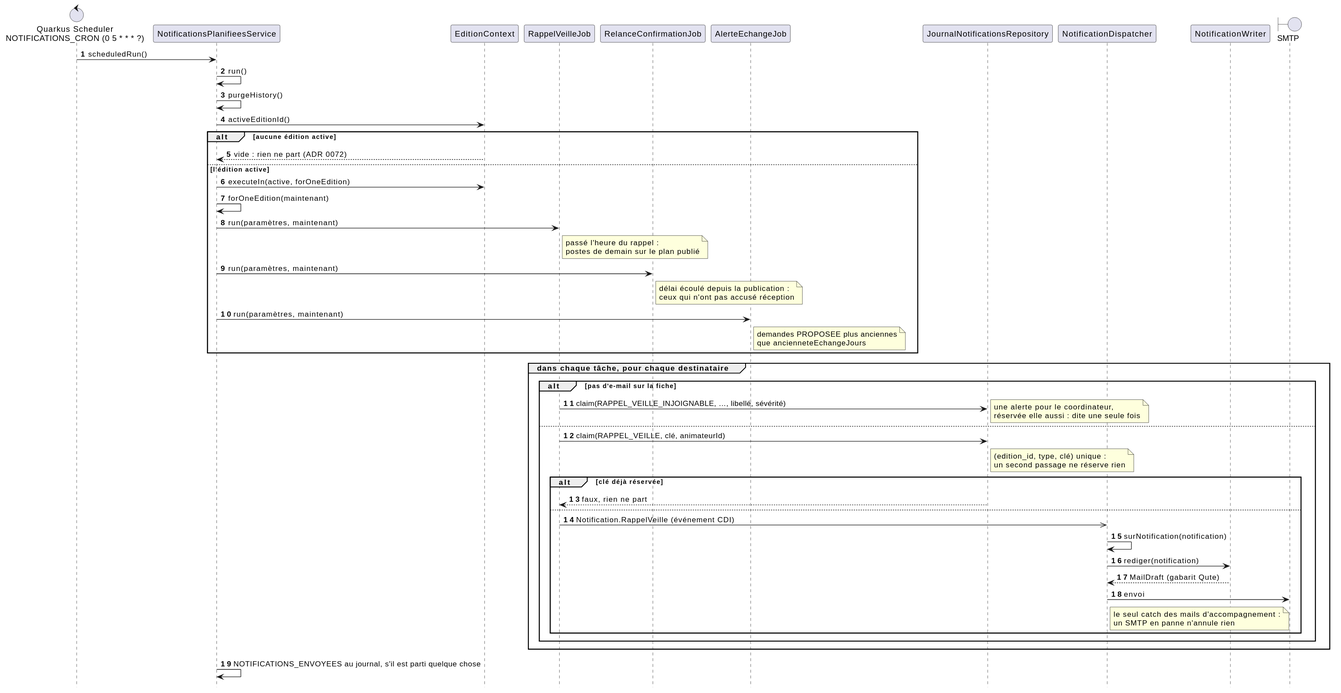
This is docs/diagrammes/notifications-planifiees.svg from sylvainmetayer/planning-equipes, a PlantUML export, as it was before one commit. Its diagram source:
```plantuml
@startuml
skinparam backgroundColor #FFFFFF
skinparam responseMessageBelowArrow true
hide footbox
autonumber

control "Quarkus Scheduler\nNOTIFICATIONS_CRON (0 5 * * * ?)" as cron
participant NotificationsPlanifieesService as service
participant EditionContext as contexte
participant RappelVeilleJob as veille
participant RelanceConfirmationJob as relance
participant AlerteEchangeJob as alerte
participant JournalNotificationsRepository as journal
participant NotificationDispatcher as dispatcher
participant NotificationWriter as redacteur
boundary "SMTP" as smtp

cron -> service : scheduledRun()
service -> service : run()
service -> service : purgeHistory()
service -> contexte : activeEditionId()
alt aucune édition active
  contexte --> service : vide : rien ne part (ADR 0072)
else l'édition active
  service -> contexte : executeIn(active, forOneEdition)
  service -> service : forOneEdition(maintenant)
  service -> veille : run(paramètres, maintenant)
  note right of veille : passé l'heure du rappel :\npostes de demain sur le plan publié
  service -> relance : run(paramètres, maintenant)
  note right of relance : délai écoulé depuis la publication :\nceux qui n'ont pas accusé réception
  service -> alerte : run(paramètres, maintenant)
  note right of alerte : demandes PROPOSEE plus anciennes\nque ancienneteEchangeJours
end

group dans chaque tâche, pour chaque destinataire
  alt pas d'e-mail sur la fiche
    veille -> journal : claim(RAPPEL_VEILLE_INJOIGNABLE, …, libellé, sévérité)
    note right : une alerte pour le coordinateur,\nréservée elle aussi : dite une seule fois
  else
    veille -> journal : claim(RAPPEL_VEILLE, clé, animateurId)
    note right of journal : (edition_id, type, clé) unique :\nun second passage ne réserve rien
    alt clé déjà réservée
      journal --> veille : faux, rien ne part
    else
      veille ->> dispatcher : Notification.RappelVeille (événement CDI)
      dispatcher -> dispatcher : surNotification(notification)
      dispatcher -> redacteur : rediger(notification)
      redacteur --> dispatcher : MailDraft (gabarit Qute)
      dispatcher -> smtp : envoi
      note right of dispatcher : le seul catch des mails d'accompagnement :\nun SMTP en panne n'annule rien
    end
  end
end
service -> service : NOTIFICATIONS_ENVOYEES au journal, s'il est parti quelque chose
@enduml
```
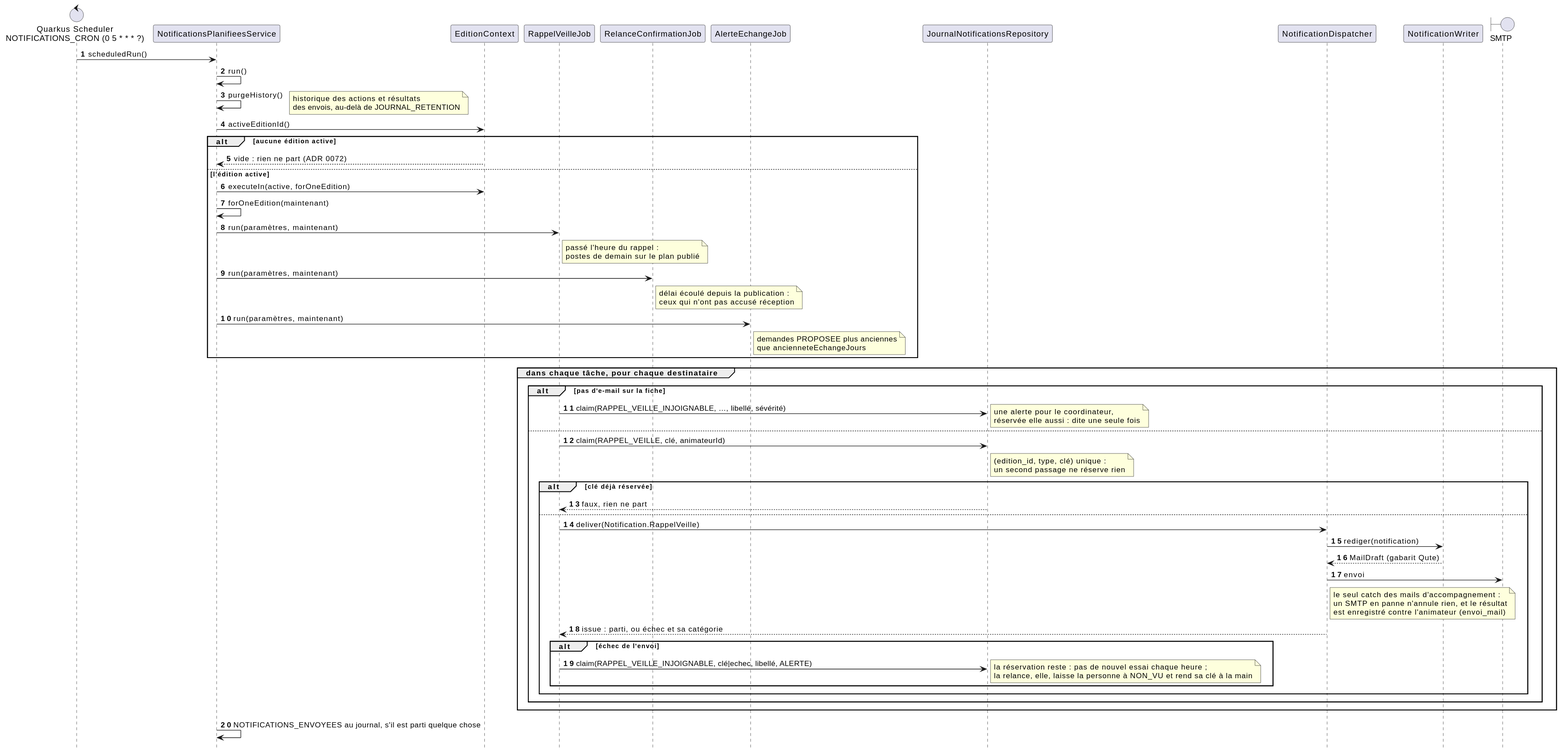
After the commit.

The edit, as a diff of the source:
```diff
@@ -18,6 +18,7 @@
 cron -> service : scheduledRun()
 service -> service : run()
 service -> service : purgeHistory()
+note right : historique des actions et résultats\ndes envois, au-delà de JOURNAL_RETENTION
 service -> contexte : activeEditionId()
 alt aucune édition active
   contexte --> service : vide : rien ne part (ADR 0072)
@@ -42,12 +43,16 @@
     alt clé déjà réservée
       journal --> veille : faux, rien ne part
     else
-      veille ->> dispatcher : Notification.RappelVeille (événement CDI)
-      dispatcher -> dispatcher : surNotification(notification)
+      veille -> dispatcher : deliver(Notification.RappelVeille)
       dispatcher -> redacteur : rediger(notification)
       redacteur --> dispatcher : MailDraft (gabarit Qute)
       dispatcher -> smtp : envoi
-      note right of dispatcher : le seul catch des mails d'accompagnement :\nun SMTP en panne n'annule rien
+      note right of dispatcher : le seul catch des mails d'accompagnement :\nun SMTP en panne n'annule rien, et le résultat\nest enregistré contre l'animateur (envoi_mail)
+      dispatcher --> veille : issue : parti, ou échec et sa catégorie
+      alt échec de l'envoi
+        veille -> journal : claim(RAPPEL_VEILLE_INJOIGNABLE, clé|echec, libellé, ALERTE)
+        note right : la réservation reste : pas de nouvel essai chaque heure ;\nla relance, elle, laisse la personne à NON_VU et rend sa clé à la main
+      end
     end
   end
 end
```
